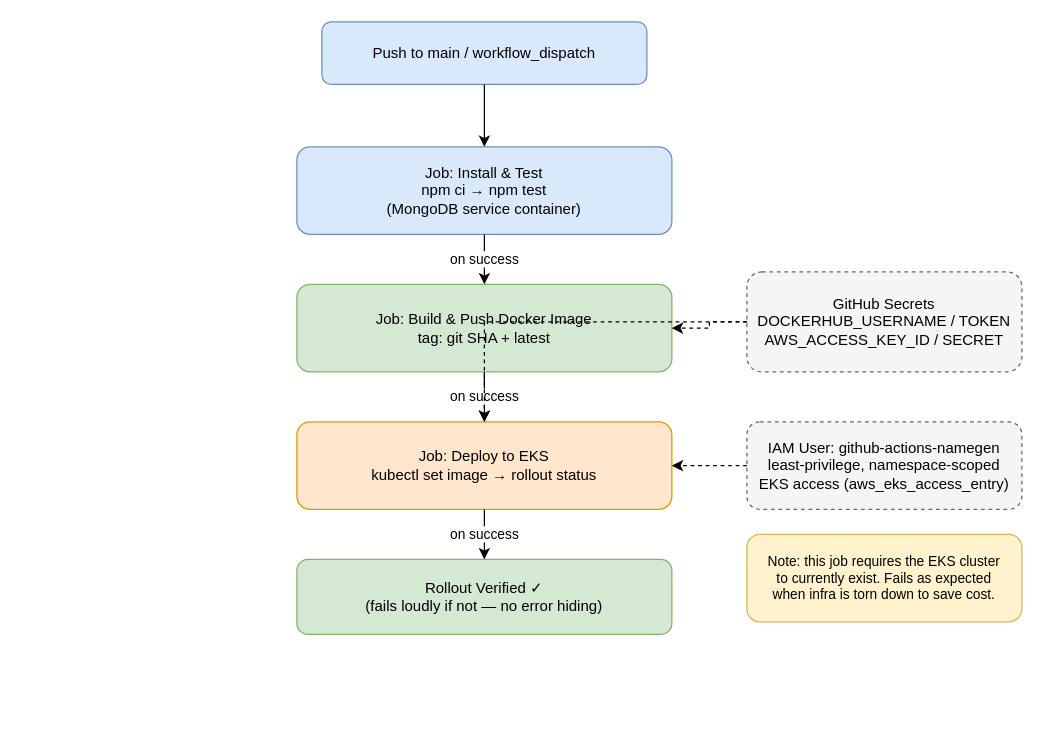
Above: page "CI-CD Pipeline" (2 of 2) of diagrams/architecture-cicd.drawio in roy3177/namegen-eks-devops (draw.io), before the change. Source tidied: cells renumbered, new cells numbered last; positions are measured from the earlier drawing's top-left corner, leaving out a move shared by most shapes. Both pictures are drawn from the tidied source at 125%, with x=0, y=0 at pixel (296, 21).
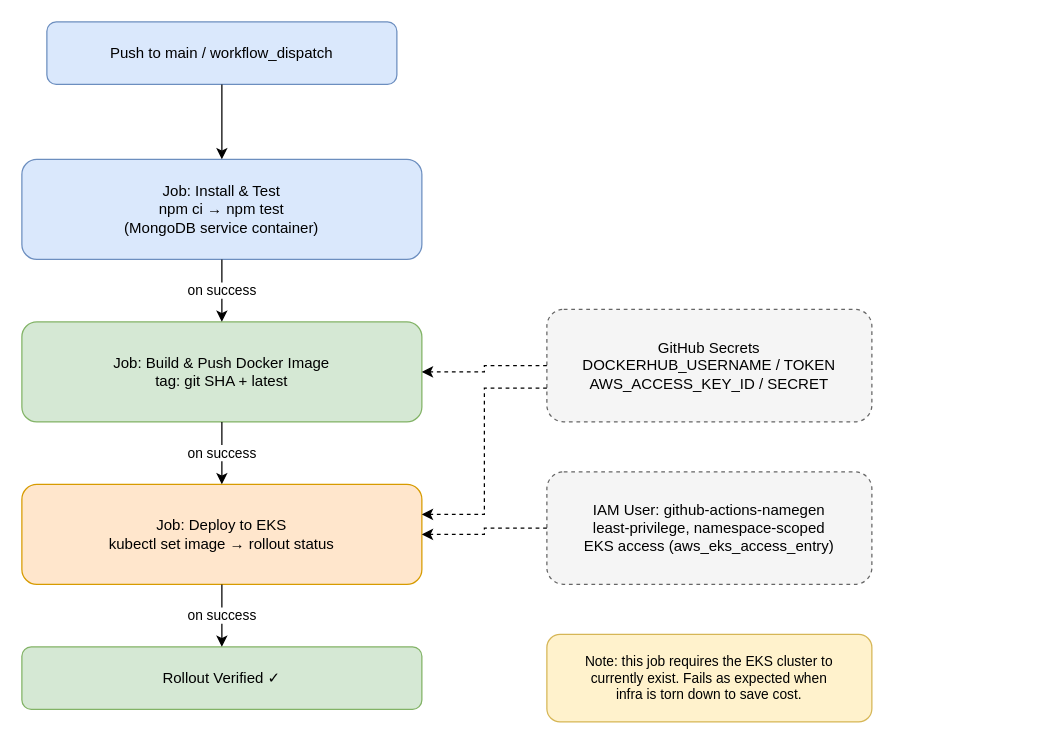
After the change.

Diff of the diagram source:
```diff
@@
 <mxGraphModel>
   <root>
     <mxCell id="0" />
     <mxCell id="1" parent="0" />
-    <mxCell id="2" value="Push to main / workflow_dispatch" style="rounded=1;whiteSpace=wrap;html=1;fillColor=#dae8fc;strokeColor=#6c8ebf;" parent="1" vertex="1">
-      <mxGeometry x="20" width="260" height="50" as="geometry" />
+    <mxCell id="2" value="Push to main / workflow_dispatch" style="rounded=1;whiteSpace=wrap;html=1;fillColor=#dae8fc;strokeColor=#6c8ebf;fontSize=12;" parent="1" vertex="1">
+      <mxGeometry x="-200" width="280" height="50" as="geometry" />
     </mxCell>
-    <mxCell id="3" value="Job: Install &amp; Test&#10;npm ci → npm test&#10;(MongoDB service container)" style="rounded=1;whiteSpace=wrap;html=1;fillColor=#dae8fc;strokeColor=#6c8ebf;" parent="1" vertex="1">
-      <mxGeometry y="100" width="300" height="70" as="geometry" />
+    <mxCell id="3" value="Job: Install &amp; Test&#10;npm ci → npm test&#10;(MongoDB service container)" style="rounded=1;whiteSpace=wrap;html=1;fillColor=#dae8fc;strokeColor=#6c8ebf;fontSize=12;" parent="1" vertex="1">
+      <mxGeometry x="-220" y="110" width="320" height="80" as="geometry" />
     </mxCell>
-    <mxCell id="4" value="Job: Build &amp; Push Docker Image&#10;tag: git SHA + latest" style="rounded=1;whiteSpace=wrap;html=1;fillColor=#d5e8d4;strokeColor=#82b366;" parent="1" vertex="1">
-      <mxGeometry y="210" width="300" height="70" as="geometry" />
+    <mxCell id="4" value="Job: Build &amp; Push Docker Image&#10;tag: git SHA + latest" style="rounded=1;whiteSpace=wrap;html=1;fillColor=#d5e8d4;strokeColor=#82b366;fontSize=12;" parent="1" vertex="1">
+      <mxGeometry x="-220" y="240" width="320" height="80" as="geometry" />
     </mxCell>
-    <mxCell id="5" value="Job: Deploy to EKS&#10;kubectl set image → rollout status" style="rounded=1;whiteSpace=wrap;html=1;fillColor=#ffe6cc;strokeColor=#d79b00;" parent="1" vertex="1">
-      <mxGeometry y="320" width="300" height="70" as="geometry" />
+    <mxCell id="5" value="Job: Deploy to EKS&#10;kubectl set image → rollout status" style="rounded=1;whiteSpace=wrap;html=1;fillColor=#ffe6cc;strokeColor=#d79b00;fontSize=12;" parent="1" vertex="1">
+      <mxGeometry x="-220" y="370" width="320" height="80" as="geometry" />
     </mxCell>
-    <mxCell id="6" value="Rollout Verified ✓&#10;(fails loudly if not — no error hiding)" style="rounded=1;whiteSpace=wrap;html=1;fillColor=#d5e8d4;strokeColor=#82b366;" parent="1" vertex="1">
-      <mxGeometry y="430" width="300" height="60" as="geometry" />
+    <mxCell id="6" value="Rollout Verified ✓" style="rounded=1;whiteSpace=wrap;html=1;fillColor=#d5e8d4;strokeColor=#82b366;fontSize=12;" parent="1" vertex="1">
+      <mxGeometry x="-220" y="500" width="320" height="50" as="geometry" />
     </mxCell>
-    <mxCell id="7" value="GitHub Secrets&#10;DOCKERHUB_USERNAME / TOKEN&#10;AWS_ACCESS_KEY_ID / SECRET" style="rounded=1;whiteSpace=wrap;html=1;fillColor=#f5f5f5;strokeColor=#666666;dashed=1;" parent="1" vertex="1">
-      <mxGeometry x="360" y="200" width="220" height="80" as="geometry" />
+    <mxCell id="7" value="GitHub Secrets&#10;DOCKERHUB_USERNAME / TOKEN&#10;AWS_ACCESS_KEY_ID / SECRET" style="rounded=1;whiteSpace=wrap;html=1;fillColor=#f5f5f5;strokeColor=#666666;dashed=1;fontSize=12;" parent="1" vertex="1">
+      <mxGeometry x="200" y="230" width="260" height="90" as="geometry" />
     </mxCell>
-    <mxCell id="8" value="IAM User: github-actions-namegen&#10;least-privilege, namespace-scoped&#10;EKS access (aws_eks_access_entry)" style="rounded=1;whiteSpace=wrap;html=1;fillColor=#f5f5f5;strokeColor=#666666;dashed=1;" parent="1" vertex="1">
-      <mxGeometry x="360" y="320" width="220" height="70" as="geometry" />
+    <mxCell id="8" value="IAM User: github-actions-namegen&#10;least-privilege, namespace-scoped&#10;EKS access (aws_eks_access_entry)" style="rounded=1;whiteSpace=wrap;html=1;fillColor=#f5f5f5;strokeColor=#666666;dashed=1;fontSize=12;" parent="1" vertex="1">
+      <mxGeometry x="200" y="360" width="260" height="90" as="geometry" />
     </mxCell>
-    <mxCell id="9" value="Note: this job requires the EKS cluster&#10;to currently exist. Fails as expected&#10;when infra is torn down to save cost." style="rounded=1;whiteSpace=wrap;html=1;fillColor=#fff2cc;strokeColor=#d6b656;fontSize=11;" parent="1" vertex="1">
-      <mxGeometry x="360" y="410" width="220" height="70" as="geometry" />
+    <mxCell id="9" value="Note: this job requires the EKS cluster to&#10;currently exist. Fails as expected when&#10;infra is torn down to save cost." style="rounded=1;whiteSpace=wrap;html=1;fillColor=#fff2cc;strokeColor=#d6b656;fontSize=11;" parent="1" vertex="1">
+      <mxGeometry x="200" y="490" width="260" height="70" as="geometry" />
     </mxCell>
-    <mxCell id="10" style="edgeStyle=orthogonalEdgeStyle;rounded=0;html=1;" parent="1" edge="1" source="2" target="3">
+    <mxCell id="10" style="edgeStyle=orthogonalEdgeStyle;rounded=0;html=1;exitX=0.5;exitY=1;entryX=0.5;entryY=0;" parent="1" edge="1" source="2" target="3">
       <mxGeometry relative="1" as="geometry" />
     </mxCell>
-    <mxCell id="11" value="on success" style="edgeStyle=orthogonalEdgeStyle;rounded=0;html=1;" parent="1" edge="1" source="3" target="4">
+    <mxCell id="11" value="on success" style="edgeStyle=orthogonalEdgeStyle;rounded=0;html=1;labelBackgroundColor=#ffffff;fontSize=11;exitX=0.5;exitY=1;entryX=0.5;entryY=0;" parent="1" edge="1" source="3" target="4">
       <mxGeometry relative="1" as="geometry" />
     </mxCell>
-    <mxCell id="12" value="on success" style="edgeStyle=orthogonalEdgeStyle;rounded=0;html=1;" parent="1" edge="1" source="4" target="5">
+    <mxCell id="12" value="on success" style="edgeStyle=orthogonalEdgeStyle;rounded=0;html=1;labelBackgroundColor=#ffffff;fontSize=11;exitX=0.5;exitY=1;entryX=0.5;entryY=0;" parent="1" edge="1" source="4" target="5">
       <mxGeometry relative="1" as="geometry" />
     </mxCell>
-    <mxCell id="13" value="on success" style="edgeStyle=orthogonalEdgeStyle;rounded=0;html=1;" parent="1" edge="1" source="5" target="6">
+    <mxCell id="13" value="on success" style="edgeStyle=orthogonalEdgeStyle;rounded=0;html=1;labelBackgroundColor=#ffffff;fontSize=11;exitX=0.5;exitY=1;entryX=0.5;entryY=0;" parent="1" edge="1" source="5" target="6">
       <mxGeometry relative="1" as="geometry" />
     </mxCell>
-    <mxCell id="14" style="edgeStyle=orthogonalEdgeStyle;rounded=0;html=1;dashed=1;" parent="1" edge="1" source="7" target="4">
+    <mxCell id="14" style="edgeStyle=orthogonalEdgeStyle;rounded=0;html=1;dashed=1;exitX=0;exitY=0.5;entryX=1;entryY=0.5;" parent="1" edge="1" source="7" target="4">
       <mxGeometry relative="1" as="geometry" />
     </mxCell>
-    <mxCell id="15" style="edgeStyle=orthogonalEdgeStyle;rounded=0;html=1;dashed=1;" parent="1" edge="1" source="7" target="5">
+    <mxCell id="15" style="edgeStyle=orthogonalEdgeStyle;rounded=0;html=1;dashed=1;exitX=0;exitY=0.7;entryX=1;entryY=0.3;" parent="1" edge="1" source="7" target="5">
       <mxGeometry relative="1" as="geometry" />
     </mxCell>
-    <mxCell id="16" style="edgeStyle=orthogonalEdgeStyle;rounded=0;html=1;dashed=1;" parent="1" edge="1" source="8" target="5">
+    <mxCell id="16" style="edgeStyle=orthogonalEdgeStyle;rounded=0;html=1;dashed=1;exitX=0;exitY=0.5;entryX=1;entryY=0.5;" parent="1" edge="1" source="8" target="5">
       <mxGeometry relative="1" as="geometry" />
     </mxCell>
   </root>
 </mxGraphModel>
```
